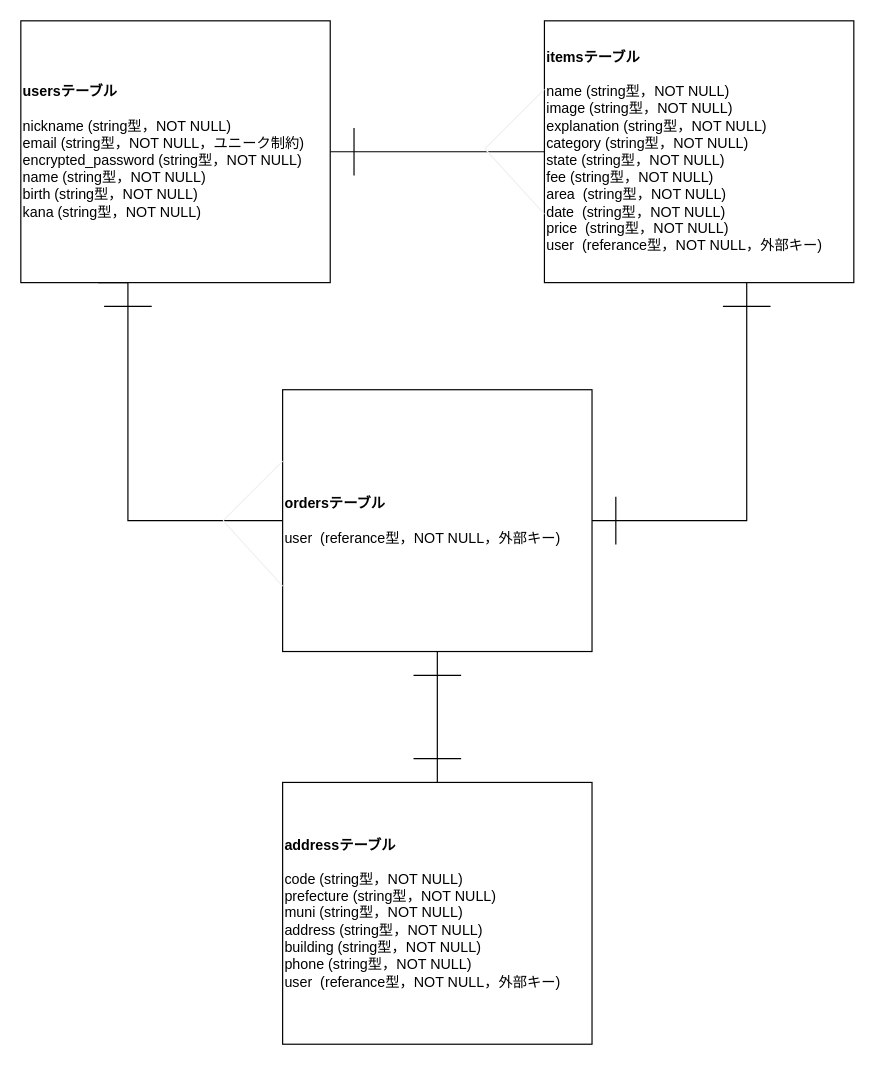
Above: test.dio in okawa-u/furima-36766 (draw.io), before the change. Source tidied: cells renumbered, new cells numbered last; positions are measured from the earlier drawing's top-left corner, leaving out a move shared by most shapes. Both pictures are drawn from the tidied source at 119%, with x=0, y=0 at pixel (20, 20).
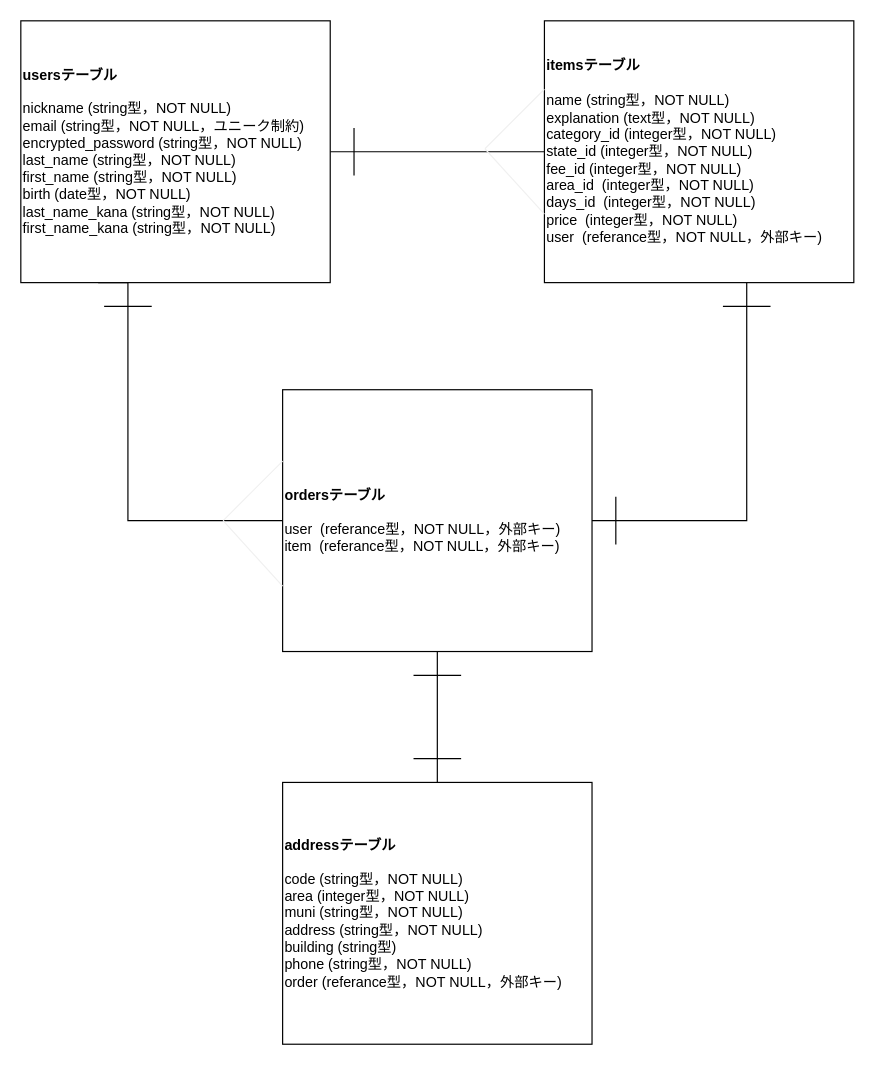
Above is the later version.

The edit, as a diff of the source:
```diff
@@
-    <mxCell id="4" value="&lt;b&gt;usersテーブル&lt;br&gt;&lt;/b&gt;&lt;br&gt;nickname (string型，NOT NULL)&lt;br&gt;email (string型，NOT NULL，ユニーク制約)&lt;br&gt;encrypted_password (string型，NOT NULL)&lt;br&gt;name (string型，NOT NULL)&lt;br&gt;birth (string型，NOT NULL)&lt;br&gt;kana (string型，NOT NULL)" style="rounded=0;whiteSpace=wrap;html=1;strokeWidth=1;align=left;" parent="1" vertex="1">
+    <mxCell id="4" value="&lt;b&gt;usersテーブル&lt;br&gt;&lt;/b&gt;&lt;br&gt;nickname (string型，NOT NULL)&lt;br&gt;email (string型，NOT NULL，ユニーク制約)&lt;br&gt;encrypted_password (string型，NOT NULL)&lt;br&gt;last_name (string型，NOT NULL)&lt;br&gt;first_name (string型，NOT NULL)&lt;br&gt;birth (date型，NOT NULL)&lt;br&gt;last_name_kana (string型，NOT NULL)&lt;br&gt;first_name_kana (string型，NOT NULL)" style="rounded=0;whiteSpace=wrap;html=1;strokeWidth=1;align=left;" parent="1" vertex="1">
       <mxGeometry width="260" height="220" as="geometry" />
     </mxCell>
@@
-    <mxCell id="6" value="&lt;b&gt;itemsテーブル&lt;br&gt;&lt;/b&gt;&lt;br&gt;name (string型，NOT NULL)&lt;br&gt;image (string型，NOT NULL)&lt;br&gt;explanation (string型，NOT NULL)&lt;br&gt;category (string型，NOT NULL)&lt;br&gt;state (string型，NOT NULL)&lt;br&gt;fee (string型，NOT NULL)&lt;br&gt;area&amp;nbsp;&amp;nbsp;(string型，NOT NULL)&lt;br&gt;date&amp;nbsp;&amp;nbsp;(string型，NOT NULL)&lt;br&gt;price&amp;nbsp;&amp;nbsp;(string型，NOT NULL)&lt;br&gt;user&amp;nbsp;&amp;nbsp;(referance型，NOT NULL，外部キー)" style="rounded=0;whiteSpace=wrap;html=1;strokeWidth=1;align=left;" parent="1" vertex="1">
+    <mxCell id="6" value="&lt;b&gt;itemsテーブル&lt;br&gt;&lt;/b&gt;&lt;br&gt;name (string型，NOT NULL)&lt;br&gt;explanation (text型，NOT NULL)&lt;br&gt;category_id (integer型，NOT NULL)&lt;br&gt;state_id (integer型，NOT NULL)&lt;br&gt;fee_id (integer型，NOT NULL)&lt;br&gt;area_id&amp;nbsp; (integer型，NOT NULL)&lt;br&gt;days_id&amp;nbsp; (integer型，NOT NULL)&lt;br&gt;price&amp;nbsp;&amp;nbsp;(integer型，NOT NULL)&lt;br&gt;user&amp;nbsp;&amp;nbsp;(referance型，NOT NULL，外部キー)" style="rounded=0;whiteSpace=wrap;html=1;strokeWidth=1;align=left;" parent="1" vertex="1">
       <mxGeometry x="440" width="260" height="220" as="geometry" />
     </mxCell>
@@
-    <mxCell id="8" value="&lt;b&gt;ordersテーブル&lt;br&gt;&lt;/b&gt;&lt;br&gt;user&amp;nbsp;&amp;nbsp;(referance型，NOT NULL，外部キー)" style="rounded=0;whiteSpace=wrap;html=1;strokeWidth=1;align=left;" parent="1" vertex="1">
+    <mxCell id="8" value="&lt;b&gt;ordersテーブル&lt;br&gt;&lt;/b&gt;&lt;br&gt;user&amp;nbsp;&amp;nbsp;(referance型，NOT NULL，外部キー)&lt;br&gt;item&amp;nbsp; (referance型，NOT NULL，外部キー)" style="rounded=0;whiteSpace=wrap;html=1;strokeWidth=1;align=left;" parent="1" vertex="1">
       <mxGeometry x="220" y="310" width="260" height="220" as="geometry" />
     </mxCell>
-    <mxCell id="9" value="&lt;b&gt;addressテーブル&lt;br&gt;&lt;/b&gt;&lt;br&gt;code (string型，NOT NULL)&lt;br&gt;prefecture (string型，NOT NULL)&lt;br&gt;muni (string型，NOT NULL)&lt;br&gt;address (string型，NOT NULL)&lt;br&gt;building (string型，NOT NULL)&lt;br&gt;phone (string型，NOT NULL)&lt;br&gt;user&amp;nbsp;&amp;nbsp;(referance型，NOT NULL，外部キー)" style="rounded=0;whiteSpace=wrap;html=1;strokeWidth=1;align=left;" parent="1" vertex="1">
+    <mxCell id="9" value="&lt;b&gt;addressテーブル&lt;br&gt;&lt;/b&gt;&lt;br&gt;code (string型，NOT NULL)&lt;br&gt;area (integer型，NOT NULL)&lt;br&gt;muni (string型，NOT NULL)&lt;br&gt;address (string型，NOT NULL)&lt;br&gt;building (string型)&lt;br&gt;phone (string型，NOT NULL)&lt;br&gt;order (referance型，NOT NULL，外部キー)" style="rounded=0;whiteSpace=wrap;html=1;strokeWidth=1;align=left;" parent="1" vertex="1">
       <mxGeometry x="220" y="640" width="260" height="220" as="geometry" />
     </mxCell>
```
